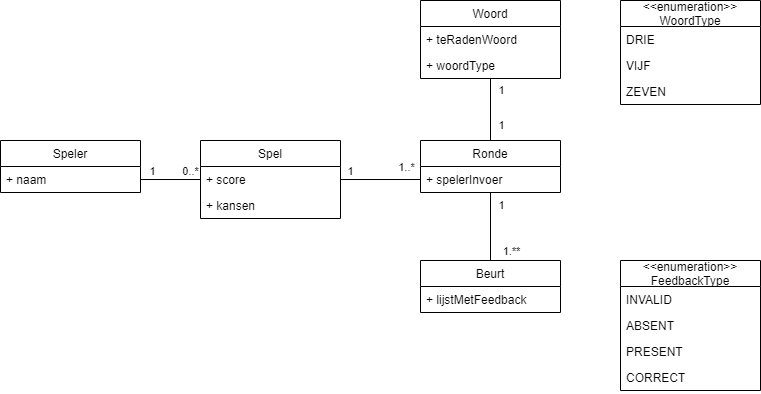
The draw.io diagram docs/domain.png in huictstaff/cisq1-lingo, before a commit. Source tidied: cells renumbered, new cells last; positions are measured from the earlier drawing's top-left corner, leaving out a move shared by most shapes.
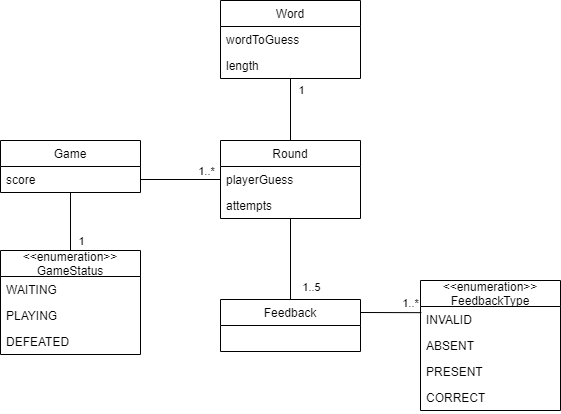
Above is the later version.

Commit message:
finished exercise 2

Diff of the diagram source:
```diff
@@ -2,41 +2,19 @@
   <root>
     <mxCell id="0" />
     <mxCell id="1" parent="0" />
-    <mxCell id="2" value="Spel" style="swimlane;fontStyle=0;horizontal=1;startSize=26;fillColor=none;" parent="1" vertex="1">
-      <mxGeometry x="200" y="140" width="140" height="78" as="geometry" />
+    <mxCell id="2" value="Game" style="swimlane;fontStyle=0;horizontal=1;startSize=26;fillColor=none;" parent="1" vertex="1">
+      <mxGeometry x="200" y="140" width="140" height="52" as="geometry" />
     </mxCell>
-    <mxCell id="3" value="+ score" style="text;strokeColor=none;fillColor=none;align=left;verticalAlign=top;spacingLeft=4;spacingRight=4;overflow=hidden;points=[[0,0.5],[1,0.5]];portConstraint=eastwest;" parent="2" vertex="1">
+    <mxCell id="3" value="score" style="text;strokeColor=none;fillColor=none;align=left;verticalAlign=top;spacingLeft=4;spacingRight=4;overflow=hidden;points=[[0,0.5],[1,0.5]];portConstraint=eastwest;" parent="2" vertex="1">
       <mxGeometry y="26" width="140" height="26" as="geometry" />
     </mxCell>
-    <mxCell id="4" value="+ kansen" style="text;strokeColor=none;fillColor=none;align=left;verticalAlign=top;spacingLeft=4;spacingRight=4;overflow=hidden;" parent="2" vertex="1">
-      <mxGeometry y="52" width="140" height="26" as="geometry" />
-    </mxCell>
-    <mxCell id="5" value="Speler" style="swimlane;fontStyle=0;horizontal=1;startSize=26;fillColor=none;" parent="1" vertex="1">
-      <mxGeometry y="140" width="140" height="52" as="geometry" />
-    </mxCell>
-    <mxCell id="6" value="+ naam" style="text;strokeColor=none;fillColor=none;align=left;verticalAlign=top;spacingLeft=4;spacingRight=4;overflow=hidden;" parent="5" vertex="1">
-      <mxGeometry y="26" width="140" height="26" as="geometry" />
-    </mxCell>
-    <mxCell id="7" style="endArrow=none;html=1;exitX=1;exitY=0.75;exitDx=0;exitDy=0;entryX=0;entryY=0.5;entryDx=0;entryDy=0;" parent="1" edge="1" source="5" target="3">
-      <mxGeometry relative="1" as="geometry" />
-    </mxCell>
-    <mxCell id="8" value="0..*" style="edgeLabel;html=1;align=center;verticalAlign=middle;" parent="7" vertex="1">
-      <mxGeometry x="0.63" y="-4" relative="1" as="geometry">
-        <mxPoint y="-13" as="offset" />
-      </mxGeometry>
-    </mxCell>
-    <mxCell id="9" value="1" style="edgeLabel;html=1;align=center;verticalAlign=middle;" parent="7" vertex="1">
-      <mxGeometry x="-0.64" y="-1" relative="1" as="geometry">
-        <mxPoint y="-10" as="offset" />
-      </mxGeometry>
-    </mxCell>
-    <mxCell id="10" value="Woord" style="swimlane;fontStyle=0;horizontal=1;startSize=26;fillColor=none;" parent="1" vertex="1">
+    <mxCell id="10" value="Word" style="swimlane;fontStyle=0;horizontal=1;startSize=26;fillColor=none;" parent="1" vertex="1">
       <mxGeometry x="420" width="140" height="78" as="geometry" />
     </mxCell>
-    <mxCell id="11" value="+ teRadenWoord" style="text;strokeColor=none;fillColor=none;align=left;verticalAlign=top;spacingLeft=4;spacingRight=4;overflow=hidden;" parent="10" vertex="1">
+    <mxCell id="11" value="wordToGuess" style="text;strokeColor=none;fillColor=none;align=left;verticalAlign=top;spacingLeft=4;spacingRight=4;overflow=hidden;" parent="10" vertex="1">
       <mxGeometry y="26" width="140" height="26" as="geometry" />
     </mxCell>
-    <mxCell id="12" value="+ woordType" style="text;strokeColor=none;fillColor=none;align=left;verticalAlign=top;spacingLeft=4;spacingRight=4;overflow=hidden;points=[[0,0.5],[1,0.5]];portConstraint=eastwest;" parent="10" vertex="1">
+    <mxCell id="12" value="length" style="text;strokeColor=none;fillColor=none;align=left;verticalAlign=top;spacingLeft=4;spacingRight=4;overflow=hidden;points=[[0,0.5],[1,0.5]];portConstraint=eastwest;" parent="10" vertex="1">
       <mxGeometry y="52" width="140" height="26" as="geometry" />
     </mxCell>
     <mxCell id="13" style="endArrow=none;html=1;exitX=0.5;exitY=0;exitDx=0;exitDy=0;" parent="1" edge="1" source="20" target="12">
@@ -47,63 +25,36 @@
         <mxPoint x="10" y="0.8" as="offset" />
       </mxGeometry>
     </mxCell>
-    <mxCell id="15" value="1" style="edgeLabel;html=1;align=center;verticalAlign=middle;" parent="13" vertex="1">
-      <mxGeometry x="-0.78" relative="1" as="geometry">
-        <mxPoint x="10" y="-9" as="offset" />
-      </mxGeometry>
-    </mxCell>
-    <mxCell id="16" value="&lt;&lt;enumeration&gt;&gt;&#10;WoordType" style="swimlane;fontStyle=0;horizontal=1;startSize=26;fillColor=none;" parent="1" vertex="1">
-      <mxGeometry x="620" width="140" height="104" as="geometry" />
-    </mxCell>
-    <mxCell id="17" value="DRIE" style="text;strokeColor=none;fillColor=none;align=left;verticalAlign=top;spacingLeft=4;spacingRight=4;overflow=hidden;" parent="16" vertex="1">
-      <mxGeometry y="26" width="140" height="26" as="geometry" />
-    </mxCell>
-    <mxCell id="18" value="VIJF" style="text;strokeColor=none;fillColor=none;align=left;verticalAlign=top;spacingLeft=4;spacingRight=4;overflow=hidden;" parent="16" vertex="1">
-      <mxGeometry y="52" width="140" height="26" as="geometry" />
-    </mxCell>
-    <mxCell id="19" value="ZEVEN" style="text;strokeColor=none;fillColor=none;align=left;verticalAlign=top;spacingLeft=4;spacingRight=4;overflow=hidden;" parent="16" vertex="1">
-      <mxGeometry y="78" width="140" height="26" as="geometry" />
-    </mxCell>
-    <mxCell id="20" value="Ronde" style="swimlane;fontStyle=0;horizontal=1;startSize=26;fillColor=none;" parent="1" vertex="1">
-      <mxGeometry x="420" y="140" width="140" height="52" as="geometry" />
+    <mxCell id="20" value="Round" style="swimlane;fontStyle=0;horizontal=1;startSize=26;fillColor=none;" parent="1" vertex="1">
+      <mxGeometry x="420" y="140" width="140" height="78" as="geometry" />
     </mxCell>
-    <mxCell id="21" value="+ spelerInvoer" style="text;strokeColor=none;fillColor=none;align=left;verticalAlign=top;spacingLeft=4;spacingRight=4;overflow=hidden;points=[[0,0.5],[1,0.5]];portConstraint=eastwest;" parent="20" vertex="1">
+    <mxCell id="21" value="playerGuess" style="text;strokeColor=none;fillColor=none;align=left;verticalAlign=top;spacingLeft=4;spacingRight=4;overflow=hidden;points=[[0,0.5],[1,0.5]];portConstraint=eastwest;" parent="20" vertex="1">
       <mxGeometry y="26" width="140" height="26" as="geometry" />
     </mxCell>
+    <mxCell id="35" value="attempts" style="text;strokeColor=none;fillColor=none;align=left;verticalAlign=top;spacingLeft=4;spacingRight=4;overflow=hidden;points=[[0,0.5],[1,0.5]];portConstraint=eastwest;" parent="20" vertex="1">
+      <mxGeometry y="52" width="140" height="26" as="geometry" />
+    </mxCell>
     <mxCell id="22" style="endArrow=none;html=1;exitX=1;exitY=0.5;exitDx=0;exitDy=0;entryX=0;entryY=0.5;entryDx=0;entryDy=0;" parent="1" edge="1" source="3" target="21">
       <mxGeometry relative="1" as="geometry" />
     </mxCell>
     <mxCell id="23" value="1..*" style="edgeLabel;html=1;align=center;verticalAlign=middle;" parent="22" vertex="1">
       <mxGeometry x="0.62" y="2" relative="1" as="geometry">
-        <mxPoint y="-11" as="offset" />
+        <mxPoint x="0.2" y="-7" as="offset" />
       </mxGeometry>
     </mxCell>
-    <mxCell id="24" value="1" style="edgeLabel;html=1;align=center;verticalAlign=middle;" parent="22" vertex="1">
-      <mxGeometry x="-0.82" y="1" relative="1" as="geometry">
-        <mxPoint x="2.5" y="-8" as="offset" />
-      </mxGeometry>
-    </mxCell>
-    <mxCell id="25" value="Beurt" style="swimlane;fontStyle=0;horizontal=1;startSize=26;fillColor=none;" parent="1" vertex="1">
-      <mxGeometry x="420" y="260" width="140" height="52" as="geometry" />
+    <mxCell id="25" value="Feedback" style="swimlane;fontStyle=0;horizontal=1;startSize=26;fillColor=none;" parent="1" vertex="1">
+      <mxGeometry x="420" y="299" width="140" height="52" as="geometry" />
     </mxCell>
-    <mxCell id="26" value="+ lijstMetFeedback" style="text;strokeColor=none;fillColor=none;align=left;verticalAlign=top;spacingLeft=4;spacingRight=4;overflow=hidden;" parent="25" vertex="1">
-      <mxGeometry y="26" width="140" height="26" as="geometry" />
-    </mxCell>
-    <mxCell id="27" style="endArrow=none;html=1;exitX=0.5;exitY=0;exitDx=0;exitDy=0;" parent="1" edge="1" source="25" target="21">
+    <mxCell id="27" style="endArrow=none;html=1;exitX=0.5;exitY=0;exitDx=0;exitDy=0;" parent="1" edge="1" source="25" target="35">
       <mxGeometry relative="1" as="geometry" />
     </mxCell>
-    <mxCell id="28" value="1" style="edgeLabel;html=1;align=center;verticalAlign=middle;" parent="27" vertex="1">
-      <mxGeometry x="0.61" y="-2" relative="1" as="geometry">
-        <mxPoint x="8" y="-0.2" as="offset" />
-      </mxGeometry>
-    </mxCell>
-    <mxCell id="29" value="1.**" style="edgeLabel;html=1;align=center;verticalAlign=middle;" parent="27" vertex="1">
+    <mxCell id="29" value="1..5" style="edgeLabel;html=1;align=center;verticalAlign=middle;" parent="27" vertex="1">
       <mxGeometry x="-0.57" relative="1" as="geometry">
         <mxPoint x="20" y="5" as="offset" />
       </mxGeometry>
     </mxCell>
     <mxCell id="30" value="&lt;&lt;enumeration&gt;&gt;&#10;FeedbackType" style="swimlane;fontStyle=0;horizontal=1;startSize=26;fillColor=none;" parent="1" vertex="1">
-      <mxGeometry x="620" y="260" width="140" height="130" as="geometry" />
+      <mxGeometry x="620" y="280" width="140" height="130" as="geometry" />
     </mxCell>
     <mxCell id="31" value="INVALID" style="text;strokeColor=none;fillColor=none;align=left;verticalAlign=top;spacingLeft=4;spacingRight=4;overflow=hidden;points=[[0,0.5],[1,0.5]];portConstraint=eastwest;" parent="30" vertex="1">
       <mxGeometry y="26" width="140" height="26" as="geometry" />
@@ -117,5 +68,33 @@
     <mxCell id="34" value="CORRECT" style="text;strokeColor=none;fillColor=none;align=left;verticalAlign=top;spacingLeft=4;spacingRight=4;overflow=hidden;" parent="30" vertex="1">
       <mxGeometry y="104" width="140" height="26" as="geometry" />
     </mxCell>
+    <mxCell id="36" value="&lt;&lt;enumeration&gt;&gt;&#10;GameStatus" style="swimlane;fontStyle=0;horizontal=1;startSize=26;fillColor=none;" parent="1" vertex="1">
+      <mxGeometry x="200" y="250" width="140" height="104" as="geometry" />
+    </mxCell>
+    <mxCell id="37" value="WAITING" style="text;strokeColor=none;fillColor=none;align=left;verticalAlign=top;spacingLeft=4;spacingRight=4;overflow=hidden;" parent="36" vertex="1">
+      <mxGeometry y="26" width="140" height="26" as="geometry" />
+    </mxCell>
+    <mxCell id="38" value="PLAYING" style="text;strokeColor=none;fillColor=none;align=left;verticalAlign=top;spacingLeft=4;spacingRight=4;overflow=hidden;" parent="36" vertex="1">
+      <mxGeometry y="52" width="140" height="26" as="geometry" />
+    </mxCell>
+    <mxCell id="39" value="DEFEATED" style="text;strokeColor=none;fillColor=none;align=left;verticalAlign=top;spacingLeft=4;spacingRight=4;overflow=hidden;" parent="36" vertex="1">
+      <mxGeometry y="78" width="140" height="26" as="geometry" />
+    </mxCell>
+    <mxCell id="40" style="endArrow=none;html=1;exitX=1;exitY=0.25;exitDx=0;exitDy=0;entryX=0.006;entryY=0.237;entryDx=0;entryDy=0;entryPerimeter=0;" parent="1" edge="1" source="25" target="31">
+      <mxGeometry relative="1" as="geometry" />
+    </mxCell>
+    <mxCell id="41" value="1..*" style="edgeLabel;html=1;align=center;verticalAlign=middle;" parent="40" vertex="1">
+      <mxGeometry x="0.79" y="2" relative="1" as="geometry">
+        <mxPoint x="-4.4" y="-8.1" as="offset" />
+      </mxGeometry>
+    </mxCell>
+    <mxCell id="42" style="endArrow=none;html=1;exitX=0.5;exitY=0;exitDx=0;exitDy=0;" parent="1" edge="1" source="36" target="3">
+      <mxGeometry relative="1" as="geometry" />
+    </mxCell>
+    <mxCell id="43" value="1" style="edgeLabel;html=1;align=center;verticalAlign=middle;" parent="42" vertex="1">
+      <mxGeometry x="-0.65" y="2" relative="1" as="geometry">
+        <mxPoint x="12" as="offset" />
+      </mxGeometry>
+    </mxCell>
   </root>
 </mxGraphModel>
```
